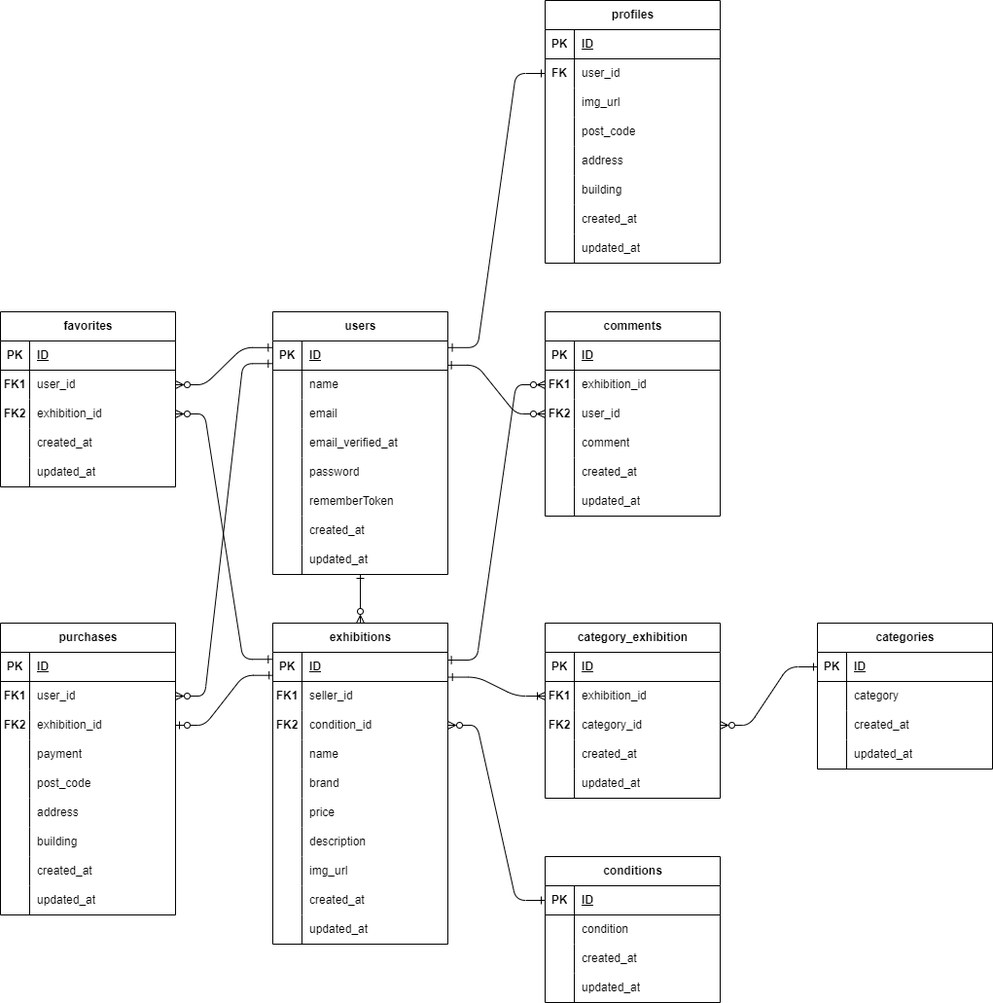
Before: er.drawio.png, a diagram exported from draw.io (hiyo1925fiore/Coachtech-FleaMarket). Source tidied: cells renumbered, new cells last; positions are measured from the earlier drawing's top-left corner, leaving out a move shared by most shapes.
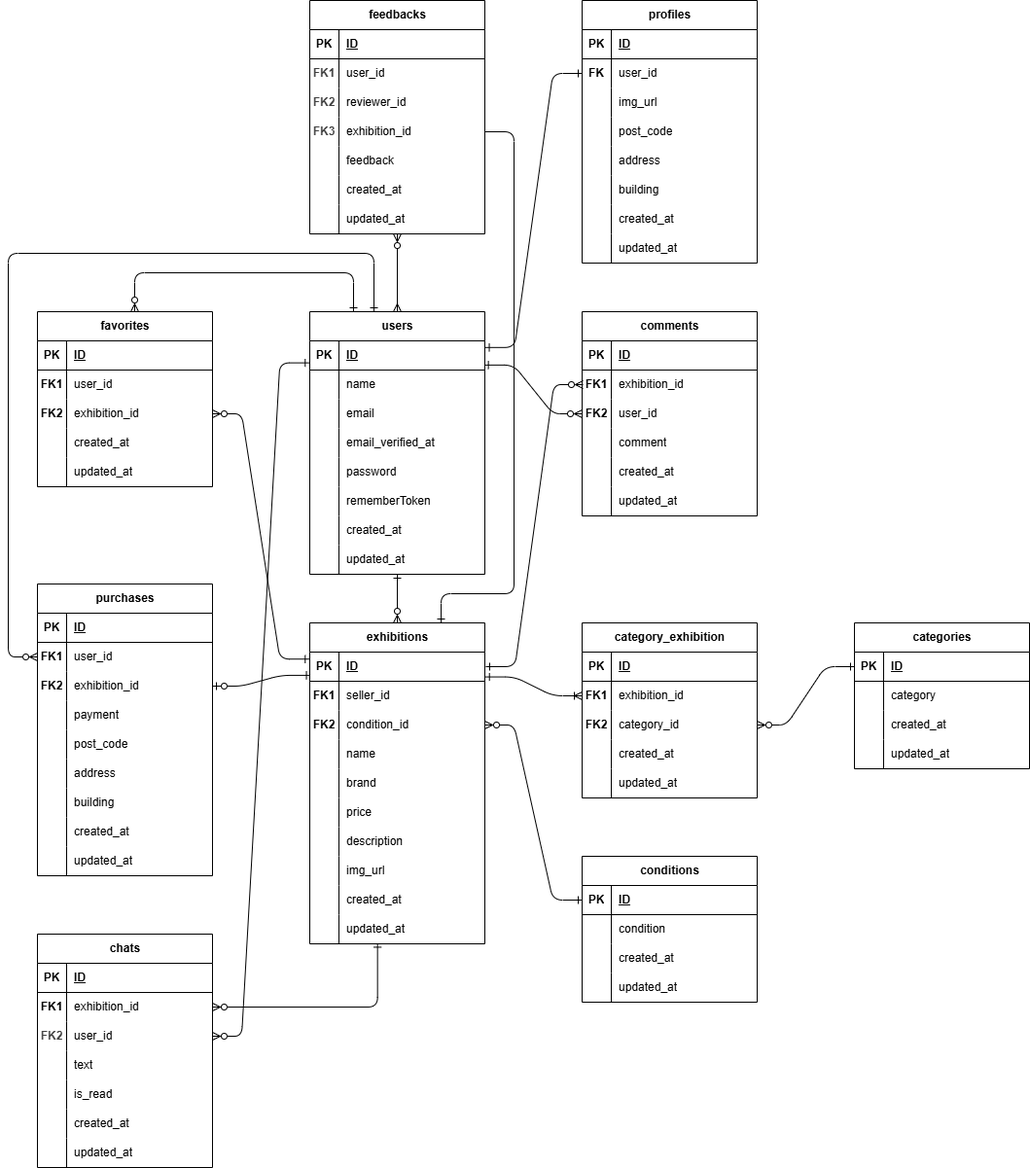
After the change.

Diff of the diagram source:
```diff
@@ -269,6 +269,14 @@
     <mxCell id="90" style="edgeStyle=entityRelationEdgeStyle;html=1;exitX=1;exitY=0.5;exitDx=0;exitDy=0;entryX=0;entryY=0.5;entryDx=0;entryDy=0;endArrow=ERone;endFill=0;startArrow=ERzeroToMany;startFill=0;" parent="1" edge="1" source="68" target="78">
       <mxGeometry relative="1" as="geometry" />
     </mxCell>
+    <mxCell id="199" style="edgeStyle=orthogonalEdgeStyle;html=1;entryX=0.25;entryY=0;entryDx=0;entryDy=0;endArrow=ERone;endFill=0;startArrow=ERzeroToMany;startFill=0;" parent="1" edge="1" source="91" target="2">
+      <mxGeometry relative="1" as="geometry">
+        <Array as="points">
+          <mxPoint x="100" y="280" />
+          <mxPoint x="325" y="280" />
+        </Array>
+      </mxGeometry>
+    </mxCell>
     <mxCell id="91" value="favorites" style="shape=table;startSize=30;rowLines=0;fontStyle=1;align=center;html=1;" parent="1" vertex="1">
       <mxGeometry y="320" width="180" height="180" as="geometry" />
     </mxCell>
@@ -317,9 +325,6 @@
     <mxCell id="106" value="updated_at" style="shape=partialRectangle;fillColor=none;top=0;left=0;bottom=0;right=0;align=left;spacingLeft=6;overflow=hidden;whiteSpace=wrap;html=1;" parent="104" vertex="1">
       <mxGeometry x="30" width="150" height="30" as="geometry" />
     </mxCell>
-    <mxCell id="107" style="edgeStyle=entityRelationEdgeStyle;html=1;exitX=1;exitY=0.5;exitDx=0;exitDy=0;startArrow=ERzeroToMany;startFill=0;endArrow=ERone;endFill=0;entryX=-0.004;entryY=0.227;entryDx=0;entryDy=0;entryPerimeter=0;" parent="1" edge="1" source="95" target="3">
-      <mxGeometry relative="1" as="geometry" />
-    </mxCell>
     <mxCell id="108" style="edgeStyle=entityRelationEdgeStyle;html=1;exitX=1;exitY=0.5;exitDx=0;exitDy=0;startArrow=ERzeroToMany;startFill=0;endArrow=ERone;endFill=0;entryX=-0.004;entryY=0.241;entryDx=0;entryDy=0;entryPerimeter=0;" parent="1" edge="1" source="98" target="30">
       <mxGeometry relative="1" as="geometry" />
     </mxCell>
@@ -383,11 +388,20 @@
     <mxCell id="128" style="edgeStyle=entityRelationEdgeStyle;html=1;exitX=0.998;exitY=0.829;exitDx=0;exitDy=0;entryX=0;entryY=0.5;entryDx=0;entryDy=0;startArrow=ERone;startFill=0;endArrow=ERzeroToMany;endFill=0;exitPerimeter=0;" parent="1" edge="1" source="3" target="116">
       <mxGeometry relative="1" as="geometry" />
     </mxCell>
-    <mxCell id="129" style="edgeStyle=entityRelationEdgeStyle;html=1;exitX=0.998;exitY=0.267;exitDx=0;exitDy=0;entryX=0;entryY=0.5;entryDx=0;entryDy=0;endArrow=ERzeroToMany;endFill=0;startArrow=ERone;startFill=0;exitPerimeter=0;" parent="1" edge="1" source="30" target="113">
-      <mxGeometry relative="1" as="geometry" />
+    <mxCell id="129" style="edgeStyle=entityRelationEdgeStyle;html=1;exitX=1;exitY=0.5;exitDx=0;exitDy=0;entryX=0;entryY=0.5;entryDx=0;entryDy=0;endArrow=ERzeroToMany;endFill=0;startArrow=ERone;startFill=0;" parent="1" edge="1">
+      <mxGeometry relative="1" as="geometry">
+        <mxPoint x="461" y="685" as="sourcePoint" />
+        <mxPoint x="561" y="395" as="targetPoint" />
+        <Array as="points">
+          <mxPoint x="510" y="670" />
+          <mxPoint x="510" y="680" />
+          <mxPoint x="530" y="610" />
+          <mxPoint x="540" y="570" />
+        </Array>
+      </mxGeometry>
     </mxCell>
     <mxCell id="130" value="purchases" style="shape=table;startSize=30;rowLines=0;fontStyle=1;align=center;html=1;" parent="1" vertex="1">
-      <mxGeometry y="640" width="180" height="300" as="geometry" />
+      <mxGeometry y="600" width="180" height="300" as="geometry" />
     </mxCell>
     <mxCell id="131" style="shape=tableRow;horizontal=0;startSize=0;swimlaneHead=0;swimlaneBody=0;fillColor=none;top=0;left=0;right=0;bottom=1;" parent="130" vertex="1">
       <mxGeometry y="30" width="180" height="30" as="geometry" />
@@ -470,12 +484,9 @@
     <mxCell id="157" value="updated_at" style="shape=partialRectangle;fillColor=none;top=0;left=0;bottom=0;right=0;align=left;spacingLeft=6;overflow=hidden;whiteSpace=wrap;html=1;" parent="155" vertex="1">
       <mxGeometry x="30" width="150" height="30" as="geometry" />
     </mxCell>
-    <mxCell id="158" style="edgeStyle=entityRelationEdgeStyle;html=1;exitX=0.001;exitY=0.79;exitDx=0;exitDy=0;entryX=1;entryY=0.5;entryDx=0;entryDy=0;endArrow=ERzeroToOne;endFill=0;startArrow=ERone;startFill=0;exitPerimeter=0;" parent="1" edge="1" source="30" target="137">
+    <mxCell id="158" style="edgeStyle=entityRelationEdgeStyle;html=1;exitX=0.003;exitY=0.797;exitDx=0;exitDy=0;entryX=1;entryY=0.5;entryDx=0;entryDy=0;endArrow=ERzeroToOne;endFill=0;startArrow=ERone;startFill=0;exitPerimeter=0;" parent="1" edge="1" source="30" target="137">
       <mxGeometry relative="1" as="geometry" />
     </mxCell>
-    <mxCell id="159" style="edgeStyle=entityRelationEdgeStyle;html=1;entryX=1;entryY=0.5;entryDx=0;entryDy=0;endArrow=ERzeroToMany;endFill=0;startArrow=ERone;startFill=0;exitX=-0.004;exitY=0.776;exitDx=0;exitDy=0;exitPerimeter=0;" parent="1" edge="1" source="3" target="134">
-      <mxGeometry relative="1" as="geometry" />
-    </mxCell>
     <mxCell id="160" value="profiles" style="shape=table;startSize=30;rowLines=0;fontStyle=1;align=center;html=1;" parent="1" vertex="1">
       <mxGeometry x="560" width="180" height="270" as="geometry" />
     </mxCell>
@@ -593,5 +604,164 @@
     <mxCell id="198" style="edgeStyle=entityRelationEdgeStyle;html=1;exitX=1;exitY=0.5;exitDx=0;exitDy=0;entryX=0;entryY=0.5;entryDx=0;entryDy=0;endArrow=ERone;endFill=0;startArrow=ERzeroToMany;startFill=0;" parent="1" edge="1" source="36" target="186">
       <mxGeometry relative="1" as="geometry" />
     </mxCell>
+    <mxCell id="200" value="chats" style="shape=table;startSize=30;rowLines=0;fontStyle=1;align=center;html=1;" parent="1" vertex="1">
+      <mxGeometry y="960" width="180" height="240" as="geometry" />
+    </mxCell>
+    <mxCell id="201" style="shape=tableRow;horizontal=0;startSize=0;swimlaneHead=0;swimlaneBody=0;fillColor=none;top=0;left=0;right=0;bottom=1;" parent="200" vertex="1">
+      <mxGeometry y="30" width="180" height="30" as="geometry" />
+    </mxCell>
+    <mxCell id="202" value="PK" style="shape=partialRectangle;fillColor=none;top=0;left=0;bottom=0;right=0;fontStyle=1;overflow=hidden;whiteSpace=wrap;html=1;" parent="201" vertex="1">
+      <mxGeometry width="30" height="30" as="geometry" />
+    </mxCell>
+    <mxCell id="203" value="ID" style="shape=partialRectangle;fillColor=none;top=0;left=0;bottom=0;right=0;align=left;spacingLeft=6;fontStyle=5;overflow=hidden;whiteSpace=wrap;html=1;" parent="201" vertex="1">
+      <mxGeometry x="30" width="150" height="30" as="geometry" />
+    </mxCell>
+    <mxCell id="204" style="shape=tableRow;horizontal=0;startSize=0;swimlaneHead=0;swimlaneBody=0;fillColor=none;points=[[0,0.5],[1,0.5]];portConstraint=eastwest;top=0;left=0;right=0;bottom=0;" parent="200" vertex="1">
+      <mxGeometry y="60" width="180" height="30" as="geometry" />
+    </mxCell>
+    <mxCell id="205" value="&lt;span&gt;FK1&lt;/span&gt;" style="shape=partialRectangle;fillColor=none;top=0;left=0;bottom=0;right=0;overflow=hidden;whiteSpace=wrap;html=1;fontStyle=1;" parent="204" vertex="1">
+      <mxGeometry width="30" height="30" as="geometry" />
+    </mxCell>
+    <mxCell id="206" value="exhibition_id" style="shape=partialRectangle;fillColor=none;top=0;left=0;bottom=0;right=0;align=left;spacingLeft=6;overflow=hidden;whiteSpace=wrap;html=1;" parent="204" vertex="1">
+      <mxGeometry x="30" width="150" height="30" as="geometry" />
+    </mxCell>
+    <mxCell id="207" style="shape=tableRow;horizontal=0;startSize=0;swimlaneHead=0;swimlaneBody=0;fillColor=none;points=[[0,0.5],[1,0.5]];portConstraint=eastwest;top=0;left=0;right=0;bottom=0;" parent="200" vertex="1">
+      <mxGeometry y="90" width="180" height="30" as="geometry" />
+    </mxCell>
+    <mxCell id="208" value="&lt;span style=&quot;color: rgb(63, 63, 63); scrollbar-color: rgb(226, 226, 226) rgb(251, 251, 251);&quot;&gt;FK2&lt;/span&gt;" style="shape=partialRectangle;fillColor=none;top=0;left=0;bottom=0;right=0;overflow=hidden;html=1;fontStyle=1;whiteSpace=wrap;" parent="207" vertex="1">
+      <mxGeometry width="30" height="30" as="geometry" />
+    </mxCell>
+    <mxCell id="209" value="user_id" style="shape=partialRectangle;fillColor=none;top=0;left=0;bottom=0;right=0;align=left;spacingLeft=6;overflow=hidden;whiteSpace=wrap;html=1;" parent="207" vertex="1">
+      <mxGeometry x="30" width="150" height="30" as="geometry" />
+    </mxCell>
+    <mxCell id="210" style="shape=tableRow;horizontal=0;startSize=0;swimlaneHead=0;swimlaneBody=0;fillColor=none;top=0;left=0;right=0;bottom=0;" parent="200" vertex="1">
+      <mxGeometry y="120" width="180" height="30" as="geometry" />
+    </mxCell>
+    <mxCell id="211" style="shape=partialRectangle;fillColor=none;top=0;left=0;bottom=0;right=0;overflow=hidden;whiteSpace=wrap;html=1;" parent="210" vertex="1">
+      <mxGeometry width="30" height="30" as="geometry" />
+    </mxCell>
+    <mxCell id="212" value="text" style="shape=partialRectangle;fillColor=none;top=0;left=0;bottom=0;right=0;align=left;spacingLeft=6;overflow=hidden;whiteSpace=wrap;html=1;" parent="210" vertex="1">
+      <mxGeometry x="30" width="150" height="30" as="geometry" />
+    </mxCell>
+    <mxCell id="213" style="shape=tableRow;horizontal=0;startSize=0;swimlaneHead=0;swimlaneBody=0;fillColor=none;top=0;left=0;right=0;bottom=0;" parent="200" vertex="1">
+      <mxGeometry y="150" width="180" height="30" as="geometry" />
+    </mxCell>
+    <mxCell id="214" style="shape=partialRectangle;fillColor=none;top=0;left=0;bottom=0;right=0;overflow=hidden;whiteSpace=wrap;html=1;" parent="213" vertex="1">
+      <mxGeometry width="30" height="30" as="geometry" />
+    </mxCell>
+    <mxCell id="215" value="is_read" style="shape=partialRectangle;fillColor=none;top=0;left=0;bottom=0;right=0;align=left;spacingLeft=6;overflow=hidden;whiteSpace=wrap;html=1;" parent="213" vertex="1">
+      <mxGeometry x="30" width="150" height="30" as="geometry" />
+    </mxCell>
+    <mxCell id="216" style="shape=tableRow;horizontal=0;startSize=0;swimlaneHead=0;swimlaneBody=0;fillColor=none;top=0;left=0;right=0;bottom=0;" parent="200" vertex="1">
+      <mxGeometry y="180" width="180" height="30" as="geometry" />
+    </mxCell>
+    <mxCell id="217" style="shape=partialRectangle;fillColor=none;top=0;left=0;bottom=0;right=0;overflow=hidden;whiteSpace=wrap;html=1;" parent="216" vertex="1">
+      <mxGeometry width="30" height="30" as="geometry" />
+    </mxCell>
+    <mxCell id="218" value="created_at" style="shape=partialRectangle;fillColor=none;top=0;left=0;bottom=0;right=0;align=left;spacingLeft=6;overflow=hidden;whiteSpace=wrap;html=1;" parent="216" vertex="1">
+      <mxGeometry x="30" width="150" height="30" as="geometry" />
+    </mxCell>
+    <mxCell id="219" style="shape=tableRow;horizontal=0;startSize=0;swimlaneHead=0;swimlaneBody=0;fillColor=none;top=0;left=0;right=0;bottom=0;" parent="200" vertex="1">
+      <mxGeometry y="210" width="180" height="30" as="geometry" />
+    </mxCell>
+    <mxCell id="220" style="shape=partialRectangle;fillColor=none;top=0;left=0;bottom=0;right=0;overflow=hidden;whiteSpace=wrap;html=1;" parent="219" vertex="1">
+      <mxGeometry width="30" height="30" as="geometry" />
+    </mxCell>
+    <mxCell id="221" value="updated_at" style="shape=partialRectangle;fillColor=none;top=0;left=0;bottom=0;right=0;align=left;spacingLeft=6;overflow=hidden;whiteSpace=wrap;html=1;" parent="219" vertex="1">
+      <mxGeometry x="30" width="150" height="30" as="geometry" />
+    </mxCell>
+    <mxCell id="222" style="edgeStyle=none;html=1;entryX=0.5;entryY=0;entryDx=0;entryDy=0;startArrow=ERzeroToMany;startFill=0;endArrow=ERmany;endFill=0;" parent="1" edge="1" source="223" target="2">
+      <mxGeometry relative="1" as="geometry" />
+    </mxCell>
+    <mxCell id="223" value="feedbacks" style="shape=table;startSize=30;rowLines=0;fontStyle=1;align=center;html=1;" parent="1" vertex="1">
+      <mxGeometry x="280" width="180" height="240" as="geometry" />
+    </mxCell>
+    <mxCell id="224" style="shape=tableRow;horizontal=0;startSize=0;swimlaneHead=0;swimlaneBody=0;fillColor=none;top=0;left=0;right=0;bottom=1;" parent="223" vertex="1">
+      <mxGeometry y="30" width="180" height="30" as="geometry" />
+    </mxCell>
+    <mxCell id="225" value="PK" style="shape=partialRectangle;fillColor=none;top=0;left=0;bottom=0;right=0;fontStyle=1;overflow=hidden;whiteSpace=wrap;html=1;" parent="224" vertex="1">
+      <mxGeometry width="30" height="30" as="geometry" />
+    </mxCell>
+    <mxCell id="226" value="ID" style="shape=partialRectangle;fillColor=none;top=0;left=0;bottom=0;right=0;align=left;spacingLeft=6;fontStyle=5;overflow=hidden;whiteSpace=wrap;html=1;" parent="224" vertex="1">
+      <mxGeometry x="30" width="150" height="30" as="geometry" />
+    </mxCell>
+    <mxCell id="227" style="shape=tableRow;horizontal=0;startSize=0;swimlaneHead=0;swimlaneBody=0;fillColor=none;top=0;left=0;right=0;bottom=0;" parent="223" vertex="1">
+      <mxGeometry y="60" width="180" height="30" as="geometry" />
+    </mxCell>
+    <mxCell id="228" value="&lt;span style=&quot;color: rgb(63, 63, 63); font-weight: 700;&quot;&gt;FK1&lt;/span&gt;" style="shape=partialRectangle;fillColor=none;top=0;left=0;bottom=0;right=0;overflow=hidden;whiteSpace=wrap;html=1;" parent="227" vertex="1">
+      <mxGeometry width="30" height="30" as="geometry" />
+    </mxCell>
+    <mxCell id="229" value="user_id" style="shape=partialRectangle;fillColor=none;top=0;left=0;bottom=0;right=0;align=left;spacingLeft=6;overflow=hidden;whiteSpace=wrap;html=1;" parent="227" vertex="1">
+      <mxGeometry x="30" width="150" height="30" as="geometry" />
+    </mxCell>
+    <mxCell id="230" style="shape=tableRow;horizontal=0;startSize=0;swimlaneHead=0;swimlaneBody=0;fillColor=none;top=0;left=0;right=0;bottom=0;" parent="223" vertex="1">
+      <mxGeometry y="90" width="180" height="30" as="geometry" />
+    </mxCell>
+    <mxCell id="231" value="&lt;span style=&quot;color: rgb(63, 63, 63); font-weight: 700;&quot;&gt;FK2&lt;/span&gt;" style="shape=partialRectangle;fillColor=none;top=0;left=0;bottom=0;right=0;overflow=hidden;whiteSpace=wrap;html=1;" parent="230" vertex="1">
+      <mxGeometry width="30" height="30" as="geometry" />
+    </mxCell>
+    <mxCell id="232" value="reviewer_id" style="shape=partialRectangle;fillColor=none;top=0;left=0;bottom=0;right=0;align=left;spacingLeft=6;overflow=hidden;whiteSpace=wrap;html=1;" parent="230" vertex="1">
+      <mxGeometry x="30" width="150" height="30" as="geometry" />
+    </mxCell>
+    <mxCell id="233" style="shape=tableRow;horizontal=0;startSize=0;swimlaneHead=0;swimlaneBody=0;fillColor=none;points=[[0,0.5],[1,0.5]];portConstraint=eastwest;top=0;left=0;right=0;bottom=0;" parent="223" vertex="1">
+      <mxGeometry y="120" width="180" height="30" as="geometry" />
+    </mxCell>
+    <mxCell id="234" value="&lt;span style=&quot;color: rgb(63, 63, 63); font-weight: 700;&quot;&gt;FK3&lt;/span&gt;" style="shape=partialRectangle;fillColor=none;top=0;left=0;bottom=0;right=0;overflow=hidden;whiteSpace=wrap;html=1;" parent="233" vertex="1">
+      <mxGeometry width="30" height="30" as="geometry" />
+    </mxCell>
+    <mxCell id="235" value="exhibition_id" style="shape=partialRectangle;fillColor=none;top=0;left=0;bottom=0;right=0;align=left;spacingLeft=6;overflow=hidden;whiteSpace=wrap;html=1;" parent="233" vertex="1">
+      <mxGeometry x="30" width="150" height="30" as="geometry" />
+    </mxCell>
+    <mxCell id="236" style="shape=tableRow;horizontal=0;startSize=0;swimlaneHead=0;swimlaneBody=0;fillColor=none;top=0;left=0;right=0;bottom=0;" parent="223" vertex="1">
+      <mxGeometry y="150" width="180" height="30" as="geometry" />
+    </mxCell>
+    <mxCell id="237" style="shape=partialRectangle;fillColor=none;top=0;left=0;bottom=0;right=0;overflow=hidden;whiteSpace=wrap;html=1;" parent="236" vertex="1">
+      <mxGeometry width="30" height="30" as="geometry" />
+    </mxCell>
+    <mxCell id="238" value="feedback" style="shape=partialRectangle;fillColor=none;top=0;left=0;bottom=0;right=0;align=left;spacingLeft=6;overflow=hidden;whiteSpace=wrap;html=1;" parent="236" vertex="1">
+      <mxGeometry x="30" width="150" height="30" as="geometry" />
+    </mxCell>
+    <mxCell id="239" style="shape=tableRow;horizontal=0;startSize=0;swimlaneHead=0;swimlaneBody=0;fillColor=none;top=0;left=0;right=0;bottom=0;" parent="223" vertex="1">
+      <mxGeometry y="180" width="180" height="30" as="geometry" />
+    </mxCell>
+    <mxCell id="240" style="shape=partialRectangle;fillColor=none;top=0;left=0;bottom=0;right=0;overflow=hidden;whiteSpace=wrap;html=1;" parent="239" vertex="1">
+      <mxGeometry width="30" height="30" as="geometry" />
+    </mxCell>
+    <mxCell id="241" value="created_at" style="shape=partialRectangle;fillColor=none;top=0;left=0;bottom=0;right=0;align=left;spacingLeft=6;overflow=hidden;whiteSpace=wrap;html=1;" parent="239" vertex="1">
+      <mxGeometry x="30" width="150" height="30" as="geometry" />
+    </mxCell>
+    <mxCell id="242" style="shape=tableRow;horizontal=0;startSize=0;swimlaneHead=0;swimlaneBody=0;fillColor=none;top=0;left=0;right=0;bottom=0;" parent="223" vertex="1">
+      <mxGeometry y="210" width="180" height="30" as="geometry" />
+    </mxCell>
+    <mxCell id="243" style="shape=partialRectangle;fillColor=none;top=0;left=0;bottom=0;right=0;overflow=hidden;whiteSpace=wrap;html=1;" parent="242" vertex="1">
+      <mxGeometry width="30" height="30" as="geometry" />
+    </mxCell>
+    <mxCell id="244" value="updated_at" style="shape=partialRectangle;fillColor=none;top=0;left=0;bottom=0;right=0;align=left;spacingLeft=6;overflow=hidden;whiteSpace=wrap;html=1;" parent="242" vertex="1">
+      <mxGeometry x="30" width="150" height="30" as="geometry" />
+    </mxCell>
+    <mxCell id="245" style="edgeStyle=entityRelationEdgeStyle;html=1;exitX=1;exitY=0.5;exitDx=0;exitDy=0;entryX=-0.004;entryY=0.754;entryDx=0;entryDy=0;endArrow=ERone;endFill=0;startArrow=ERzeroToMany;startFill=0;entryPerimeter=0;" parent="1" edge="1" source="207" target="3">
+      <mxGeometry relative="1" as="geometry" />
+    </mxCell>
+    <mxCell id="246" style="edgeStyle=orthogonalEdgeStyle;html=1;entryX=0.387;entryY=0.982;entryDx=0;entryDy=0;entryPerimeter=0;endArrow=ERone;endFill=0;startArrow=ERzeroToMany;startFill=0;" parent="1" edge="1" source="204" target="57">
+      <mxGeometry relative="1" as="geometry" />
+    </mxCell>
+    <mxCell id="247" style="edgeStyle=orthogonalEdgeStyle;html=1;exitX=1;exitY=0.5;exitDx=0;exitDy=0;endArrow=ERone;endFill=0;entryX=0.75;entryY=0;entryDx=0;entryDy=0;" parent="1" edge="1" source="233" target="29">
+      <mxGeometry relative="1" as="geometry">
+        <Array as="points">
+          <mxPoint x="490" y="135" />
+          <mxPoint x="490" y="610" />
+          <mxPoint x="415" y="610" />
+        </Array>
+      </mxGeometry>
+    </mxCell>
+    <mxCell id="248" style="edgeStyle=orthogonalEdgeStyle;html=1;exitX=0;exitY=0.5;exitDx=0;exitDy=0;endArrow=ERone;endFill=0;startArrow=ERzeroToMany;startFill=0;" parent="1" edge="1" source="134" target="2">
+      <mxGeometry relative="1" as="geometry">
+        <Array as="points">
+          <mxPoint x="-30" y="675" />
+          <mxPoint x="-30" y="260" />
+          <mxPoint x="346" y="260" />
+        </Array>
+      </mxGeometry>
+    </mxCell>
   </root>
 </mxGraphModel>
```
